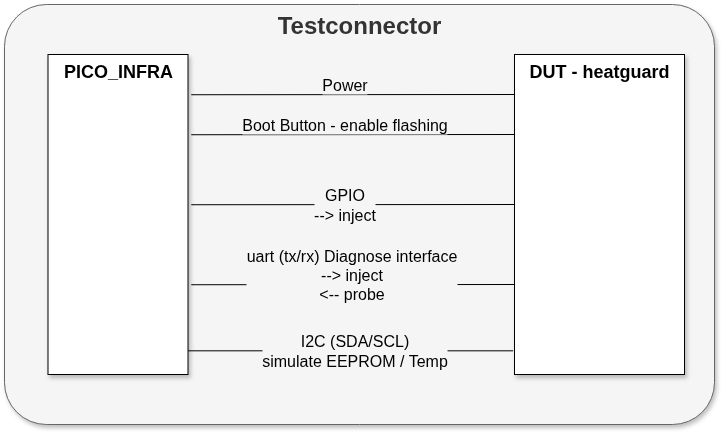
The draw.io diagram docs/implementation/10_overall_control/testconnector.drawio.png in hmaerki/experiment_octoprobe_testbed_heatguard, before a commit. Source tidied: cells renumbered, new cells last; positions are measured from the earlier drawing's top-left corner, leaving out a move shared by most shapes. The source it was exported from:
```xml
<mxGraphModel>
  <root>
    <mxCell id="0" />
    <mxCell id="1" parent="0" />
    <mxCell id="2" value="&lt;b&gt;Testconnector&lt;/b&gt;" style="rounded=1;whiteSpace=wrap;html=1;shadow=1;align=center;horizontal=1;arcSize=10;verticalAlign=top;fontSize=24;fillColor=#f5f5f5;fontColor=#333333;strokeColor=#666666;" parent="1" vertex="1">
      <mxGeometry width="710" height="420" as="geometry" />
    </mxCell>
    <mxCell id="3" value="&lt;b&gt;PICO_INFRA&lt;/b&gt;&lt;br&gt;&lt;div&gt;&lt;br&gt;&lt;/div&gt;" style="rounded=0;whiteSpace=wrap;html=1;verticalAlign=top;align=center;shadow=1;fontSize=18;" parent="1" vertex="1">
      <mxGeometry x="43.5" y="50" width="140" height="320" as="geometry" />
    </mxCell>
    <mxCell id="4" value="&lt;b&gt;DUT - heatguard&lt;/b&gt;&lt;br&gt;&lt;div&gt;&lt;br&gt;&lt;/div&gt;" style="rounded=0;whiteSpace=wrap;html=1;verticalAlign=top;align=center;shadow=1;fontSize=18;" parent="1" vertex="1">
      <mxGeometry x="510" y="50" width="170" height="320" as="geometry" />
    </mxCell>
    <mxCell id="5" value="I2C (SDA/SCL)&lt;div&gt;simulate EEPROM / Temp&lt;/div&gt;" style="endArrow=none;html=1;rounded=0;fontSize=16;entryX=-0.008;entryY=0.926;entryDx=0;entryDy=0;entryPerimeter=0;exitX=1.001;exitY=0.926;exitDx=0;exitDy=0;exitPerimeter=0;labelBackgroundColor=light-dark(#f5f5f5, #ededed);" parent="1" edge="1" source="3" target="4">
      <mxGeometry x="0.02" relative="1" as="geometry" />
    </mxCell>
    <mxCell id="6" value="uart (tx/rx)&amp;nbsp;&lt;span style=&quot;color: light-dark(rgb(0, 0, 0), rgb(255, 255, 255));&quot;&gt;Diagnose interface&lt;/span&gt;&lt;div&gt;--&amp;gt; inject&lt;div&gt;&amp;lt;-- probe&lt;/div&gt;&lt;/div&gt;" style="endArrow=none;html=1;rounded=0;fontSize=16;entryX=-0.008;entryY=0.926;entryDx=0;entryDy=0;entryPerimeter=0;exitX=1.023;exitY=0.782;exitDx=0;exitDy=0;exitPerimeter=0;labelBackgroundColor=light-dark(#f5f5f5, #ededed);" parent="1" edge="1">
      <mxGeometry x="-0.01" y="10" relative="1" as="geometry">
        <mxPoint x="186.7" y="280.2" as="sourcePoint" />
        <mxPoint x="510" y="280" as="targetPoint" />
      </mxGeometry>
    </mxCell>
    <mxCell id="7" value="GPIO&lt;div&gt;&lt;div&gt;--&amp;gt; inject&lt;/div&gt;&lt;/div&gt;" style="endArrow=none;html=1;rounded=0;fontSize=16;entryX=-0.008;entryY=0.926;entryDx=0;entryDy=0;entryPerimeter=0;exitX=1.023;exitY=0.782;exitDx=0;exitDy=0;exitPerimeter=0;labelBackgroundColor=light-dark(#f5f5f5, #ededed);" parent="1" edge="1">
      <mxGeometry x="-0.05" relative="1" as="geometry">
        <mxPoint x="186.7" y="200.2" as="sourcePoint" />
        <mxPoint x="510" y="200" as="targetPoint" />
      </mxGeometry>
    </mxCell>
    <mxCell id="8" value="Power" style="endArrow=none;html=1;rounded=0;fontSize=16;entryX=-0.008;entryY=0.926;entryDx=0;entryDy=0;entryPerimeter=0;exitX=1.023;exitY=0.782;exitDx=0;exitDy=0;exitPerimeter=0;labelBackgroundColor=light-dark(#f5f5f5, #ededed);" parent="1" edge="1">
      <mxGeometry x="-0.05" y="10" relative="1" as="geometry">
        <mxPoint x="186.7" y="90.2" as="sourcePoint" />
        <mxPoint x="510" y="90" as="targetPoint" />
      </mxGeometry>
    </mxCell>
    <mxCell id="9" value="Boot Button - enable flashing" style="endArrow=none;html=1;rounded=0;fontSize=16;entryX=-0.008;entryY=0.926;entryDx=0;entryDy=0;entryPerimeter=0;exitX=1.023;exitY=0.782;exitDx=0;exitDy=0;exitPerimeter=0;labelBackgroundColor=light-dark(#f5f5f5, #ededed);" parent="1" edge="1">
      <mxGeometry x="-0.05" y="10" relative="1" as="geometry">
        <mxPoint x="186.7" y="130.2" as="sourcePoint" />
        <mxPoint x="510" y="130" as="targetPoint" />
      </mxGeometry>
    </mxCell>
  </root>
</mxGraphModel>
```
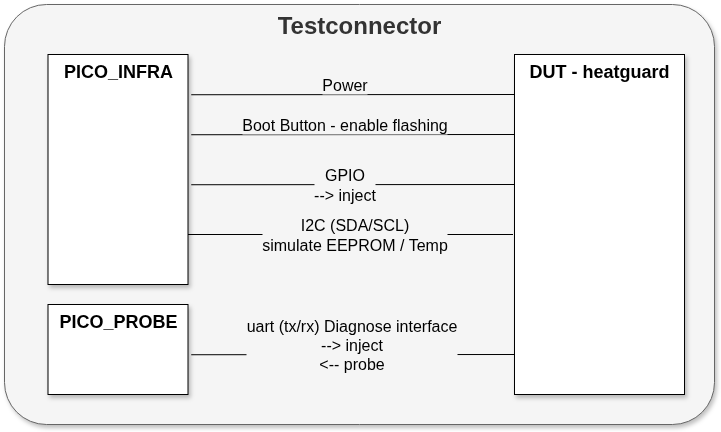
Above is the later version.

What changed in the source:
```diff
@@ -5,25 +5,28 @@
     <mxCell id="2" value="&lt;b&gt;Testconnector&lt;/b&gt;" style="rounded=1;whiteSpace=wrap;html=1;shadow=1;align=center;horizontal=1;arcSize=10;verticalAlign=top;fontSize=24;fillColor=#f5f5f5;fontColor=#333333;strokeColor=#666666;" parent="1" vertex="1">
       <mxGeometry width="710" height="420" as="geometry" />
     </mxCell>
-    <mxCell id="3" value="&lt;b&gt;PICO_INFRA&lt;/b&gt;&lt;br&gt;&lt;div&gt;&lt;br&gt;&lt;/div&gt;" style="rounded=0;whiteSpace=wrap;html=1;verticalAlign=top;align=center;shadow=1;fontSize=18;" parent="1" vertex="1">
-      <mxGeometry x="43.5" y="50" width="140" height="320" as="geometry" />
+    <mxCell id="3" value="&lt;b&gt;PICO_INFRA&lt;/b&gt;" style="rounded=0;whiteSpace=wrap;html=1;verticalAlign=top;align=center;shadow=1;fontSize=18;" parent="1" vertex="1">
+      <mxGeometry x="43.5" y="50" width="140" height="230" as="geometry" />
     </mxCell>
     <mxCell id="4" value="&lt;b&gt;DUT - heatguard&lt;/b&gt;&lt;br&gt;&lt;div&gt;&lt;br&gt;&lt;/div&gt;" style="rounded=0;whiteSpace=wrap;html=1;verticalAlign=top;align=center;shadow=1;fontSize=18;" parent="1" vertex="1">
-      <mxGeometry x="510" y="50" width="170" height="320" as="geometry" />
+      <mxGeometry x="510" y="50" width="170" height="340" as="geometry" />
     </mxCell>
-    <mxCell id="5" value="I2C (SDA/SCL)&lt;div&gt;simulate EEPROM / Temp&lt;/div&gt;" style="endArrow=none;html=1;rounded=0;fontSize=16;entryX=-0.008;entryY=0.926;entryDx=0;entryDy=0;entryPerimeter=0;exitX=1.001;exitY=0.926;exitDx=0;exitDy=0;exitPerimeter=0;labelBackgroundColor=light-dark(#f5f5f5, #ededed);" parent="1" edge="1" source="3" target="4">
-      <mxGeometry x="0.02" relative="1" as="geometry" />
+    <mxCell id="5" value="I2C (SDA/SCL)&lt;div&gt;simulate EEPROM / Temp&lt;/div&gt;" style="endArrow=none;html=1;rounded=0;fontSize=16;entryX=-0.008;entryY=0.926;entryDx=0;entryDy=0;entryPerimeter=0;exitX=1.001;exitY=0.926;exitDx=0;exitDy=0;exitPerimeter=0;labelBackgroundColor=light-dark(#f5f5f5, #ededed);" parent="1" edge="1">
+      <mxGeometry x="0.02" relative="1" as="geometry">
+        <mxPoint x="183.5" y="230" as="sourcePoint" />
+        <mxPoint x="508.5" y="230" as="targetPoint" />
+      </mxGeometry>
     </mxCell>
     <mxCell id="6" value="uart (tx/rx)&amp;nbsp;&lt;span style=&quot;color: light-dark(rgb(0, 0, 0), rgb(255, 255, 255));&quot;&gt;Diagnose interface&lt;/span&gt;&lt;div&gt;--&amp;gt; inject&lt;div&gt;&amp;lt;-- probe&lt;/div&gt;&lt;/div&gt;" style="endArrow=none;html=1;rounded=0;fontSize=16;entryX=-0.008;entryY=0.926;entryDx=0;entryDy=0;entryPerimeter=0;exitX=1.023;exitY=0.782;exitDx=0;exitDy=0;exitPerimeter=0;labelBackgroundColor=light-dark(#f5f5f5, #ededed);" parent="1" edge="1">
       <mxGeometry x="-0.01" y="10" relative="1" as="geometry">
-        <mxPoint x="186.7" y="280.2" as="sourcePoint" />
-        <mxPoint x="510" y="280" as="targetPoint" />
+        <mxPoint x="186.7" y="350.2" as="sourcePoint" />
+        <mxPoint x="510" y="350" as="targetPoint" />
       </mxGeometry>
     </mxCell>
     <mxCell id="7" value="GPIO&lt;div&gt;&lt;div&gt;--&amp;gt; inject&lt;/div&gt;&lt;/div&gt;" style="endArrow=none;html=1;rounded=0;fontSize=16;entryX=-0.008;entryY=0.926;entryDx=0;entryDy=0;entryPerimeter=0;exitX=1.023;exitY=0.782;exitDx=0;exitDy=0;exitPerimeter=0;labelBackgroundColor=light-dark(#f5f5f5, #ededed);" parent="1" edge="1">
       <mxGeometry x="-0.05" relative="1" as="geometry">
-        <mxPoint x="186.7" y="200.2" as="sourcePoint" />
-        <mxPoint x="510" y="200" as="targetPoint" />
+        <mxPoint x="186.7" y="180.2" as="sourcePoint" />
+        <mxPoint x="510" y="180" as="targetPoint" />
       </mxGeometry>
     </mxCell>
     <mxCell id="8" value="Power" style="endArrow=none;html=1;rounded=0;fontSize=16;entryX=-0.008;entryY=0.926;entryDx=0;entryDy=0;entryPerimeter=0;exitX=1.023;exitY=0.782;exitDx=0;exitDy=0;exitPerimeter=0;labelBackgroundColor=light-dark(#f5f5f5, #ededed);" parent="1" edge="1">
@@ -38,5 +41,8 @@
         <mxPoint x="510" y="130" as="targetPoint" />
       </mxGeometry>
     </mxCell>
+    <mxCell id="10" value="&lt;b&gt;PICO_PROBE&lt;/b&gt;" style="rounded=0;whiteSpace=wrap;html=1;verticalAlign=top;align=center;shadow=1;fontSize=18;" parent="1" vertex="1">
+      <mxGeometry x="43.5" y="300" width="140" height="90" as="geometry" />
+    </mxCell>
   </root>
 </mxGraphModel>
```
